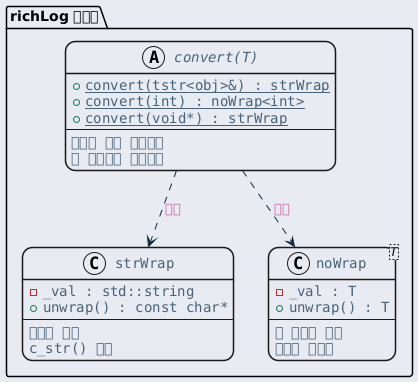
Earlier version of the PlantUML export ref/generated/ko/inline_umlgraph_5.png (byeolang/website).
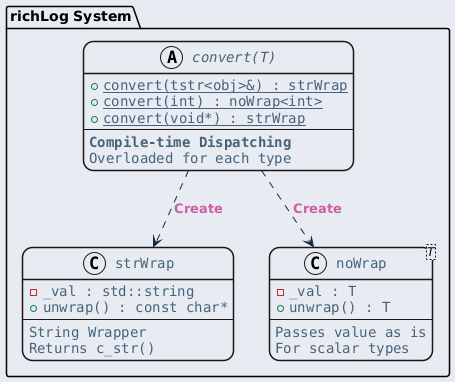
After the change.

The edit, as a diff of the source:
```diff
@@ -23,33 +23,33 @@
     }
 }
 </style>
-package "richLog 시스템" {
+package "richLog System" {
     abstract class "convert(T)" as convert {
         + {static} convert(tstr<obj>&) : strWrap
         + {static} convert(int) : noWrap<int>
         + {static} convert(void*) : strWrap
         --
-        <b>컴파일 타임 디스패칭</b>
-        각 타입별로 오버로드
+        <b>Compile-time Dispatching</b>
+        Overloaded for each type
     }
 
     class strWrap {
         - _val : std::string
         + unwrap() : const char*
         --
-        문자열 래퍼
-        c_str() 반환
+        String Wrapper
+        Returns c_str()
     }
 
     class "noWrap<T>" as noWrap {
         - _val : T
         + unwrap() : T
         --
-        값 그대로 전달
-        스칼라 타입용
+        Passes value as is
+        For scalar types
     }
 }
 
-convert ..> strWrap : 생성
-convert ..> noWrap : 생성
+convert ..> strWrap : Create
+convert ..> noWrap : Create
 @enduml
```
